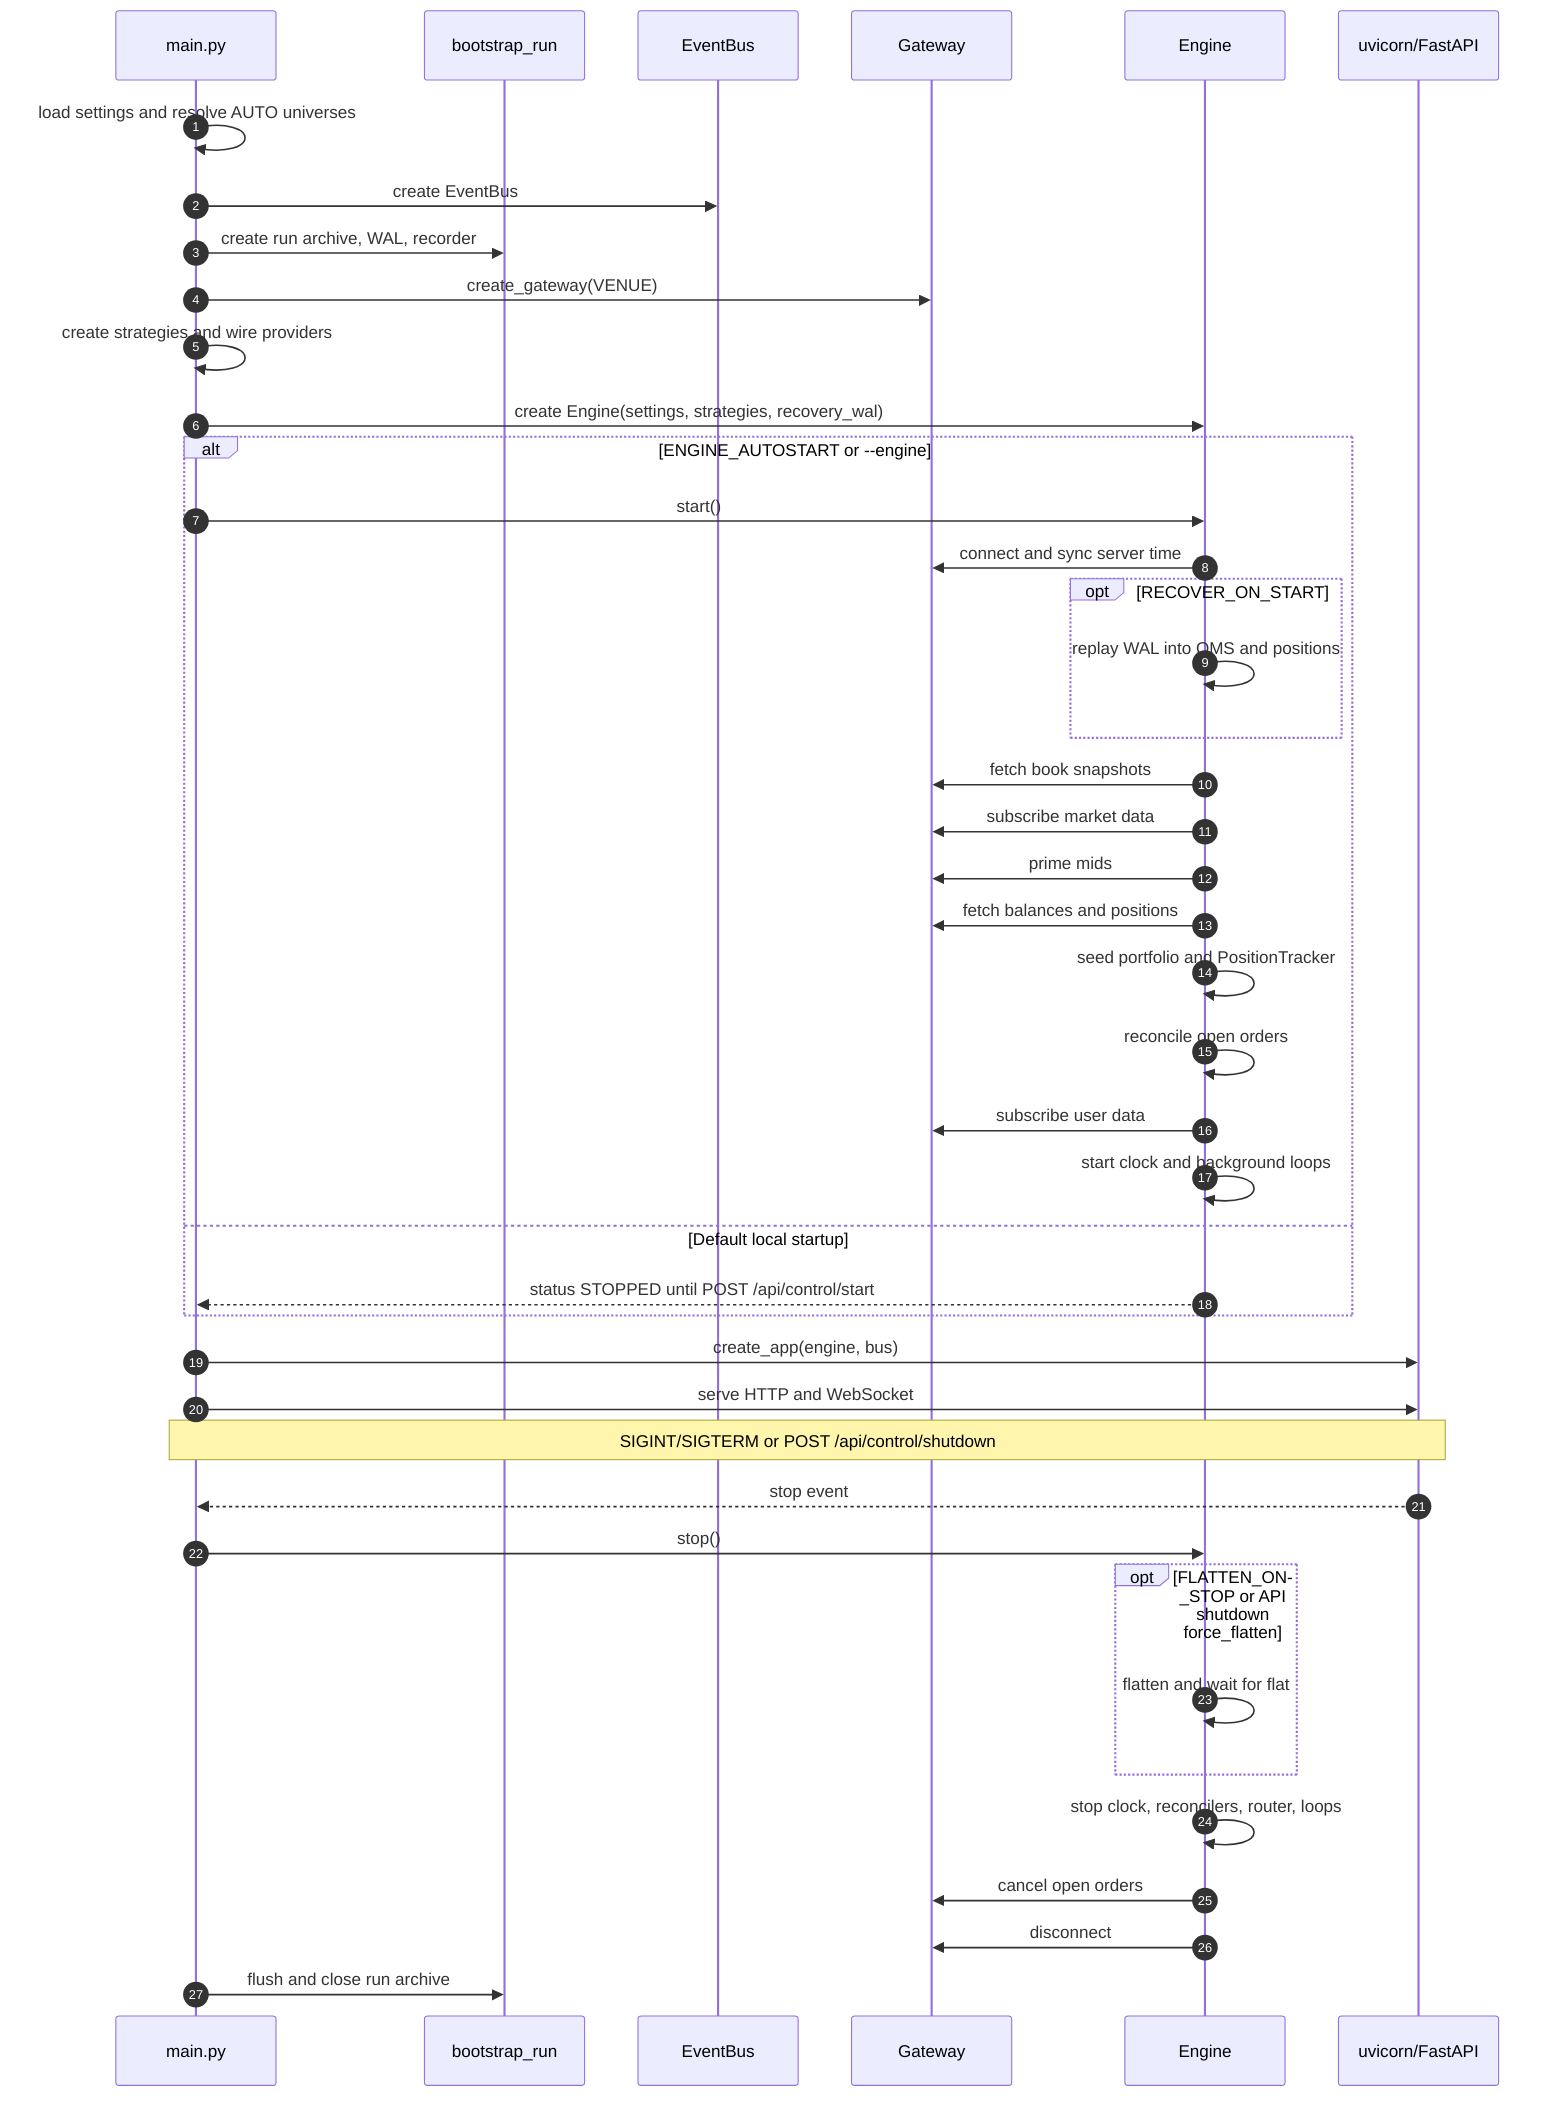
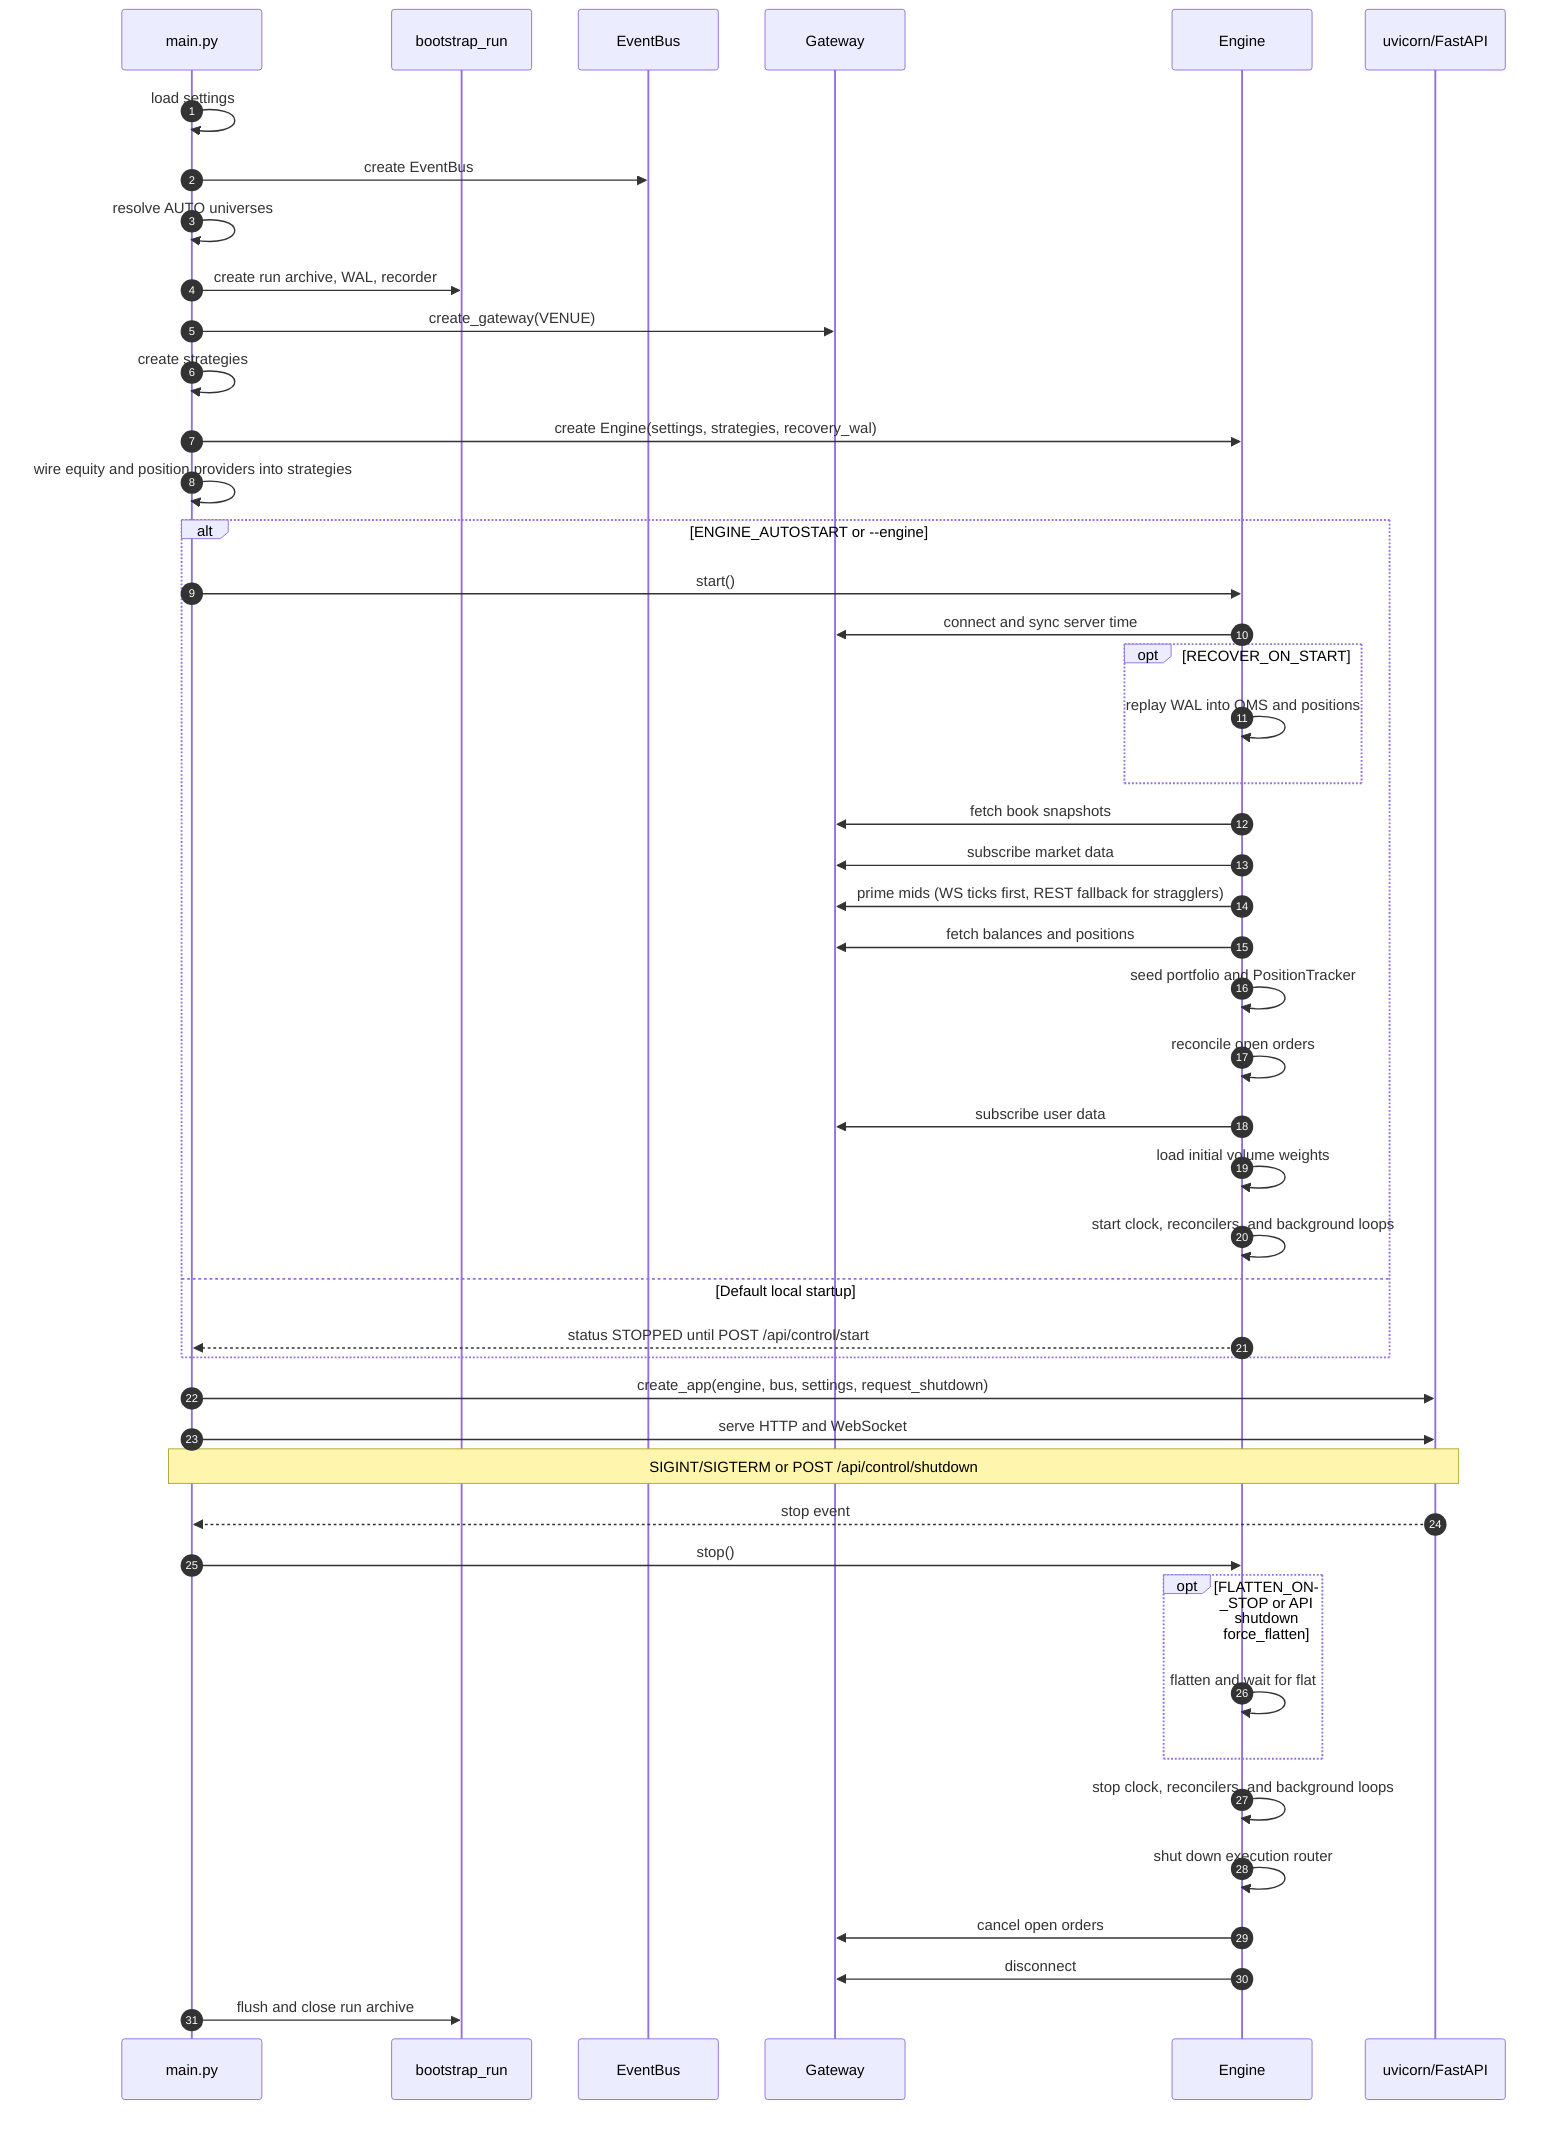
%% Engine lifecycle - process boot, optional autostart, graceful shutdown
sequenceDiagram
    autonumber
    participant Main as main.py
    participant Boot as bootstrap_run
    participant Bus as EventBus
    participant Gateway
    participant Engine
    participant API as uvicorn/FastAPI

-     Main->>Main: load settings and resolve AUTO universes
+     Main->>Main: load settings
    Main->>Bus: create EventBus
+     Main->>Main: resolve AUTO universes
    Main->>Boot: create run archive, WAL, recorder
    Main->>Gateway: create_gateway(VENUE)
-     Main->>Main: create strategies and wire providers
+     Main->>Main: create strategies
    Main->>Engine: create Engine(settings, strategies, recovery_wal)
+     Main->>Main: wire equity and position providers into strategies

    alt ENGINE_AUTOSTART or --engine
        Main->>Engine: start()
        Engine->>Gateway: connect and sync server time
        opt RECOVER_ON_START
            Engine->>Engine: replay WAL into OMS and positions
        end
        Engine->>Gateway: fetch book snapshots
        Engine->>Gateway: subscribe market data
-         Engine->>Gateway: prime mids
+         Engine->>Gateway: prime mids (WS ticks first, REST fallback for stragglers)
        Engine->>Gateway: fetch balances and positions
        Engine->>Engine: seed portfolio and PositionTracker
        Engine->>Engine: reconcile open orders
        Engine->>Gateway: subscribe user data
-         Engine->>Engine: start clock and background loops
+         Engine->>Engine: load initial volume weights
+         Engine->>Engine: start clock, reconcilers, and background loops
    else Default local startup
        Engine-->>Main: status STOPPED until POST /api/control/start
    end

-     Main->>API: create_app(engine, bus)
+     Main->>API: create_app(engine, bus, settings, request_shutdown)
    Main->>API: serve HTTP and WebSocket

    Note over API,Main: SIGINT/SIGTERM or POST /api/control/shutdown
    API-->>Main: stop event
    Main->>Engine: stop()
    opt FLATTEN_ON_STOP or API shutdown force_flatten
        Engine->>Engine: flatten and wait for flat
    end
-     Engine->>Engine: stop clock, reconcilers, router, loops
+     Engine->>Engine: stop clock, reconcilers, and background loops
+     Engine->>Engine: shut down execution router
    Engine->>Gateway: cancel open orders
    Engine->>Gateway: disconnect
    Main->>Boot: flush and close run archive
